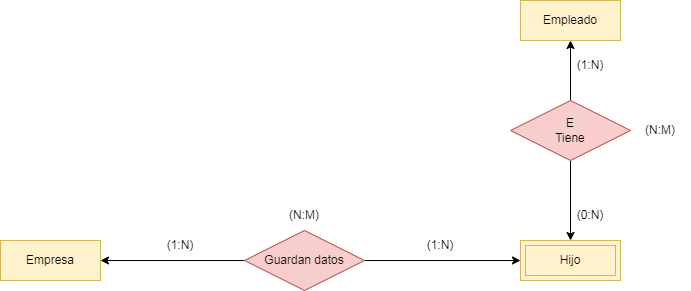
Before: TAREAS/Tarea2/IMÁGENES/E_R-E_R Nº8.drawio.png, a diagram exported from draw.io (samugd17/base-datos-bae-). Source tidied: cells renumbered, new cells last; positions are measured from the earlier drawing's top-left corner, leaving out a move shared by most shapes. The source it was exported from:
```xml
<mxGraphModel>
  <root>
    <mxCell id="0" />
    <mxCell id="1" parent="0" />
    <mxCell id="2" value="Empresa" style="whiteSpace=wrap;html=1;align=center;fillColor=#fff2cc;strokeColor=#d6b656;" parent="1" vertex="1">
      <mxGeometry y="240" width="100" height="40" as="geometry" />
    </mxCell>
    <mxCell id="3" style="edgeStyle=orthogonalEdgeStyle;rounded=0;jettySize=auto;html=1;entryX=1;entryY=0.5;entryDx=0;entryDy=0;" parent="1" edge="1" source="5" target="2">
      <mxGeometry relative="1" as="geometry" />
    </mxCell>
    <mxCell id="4" style="edgeStyle=orthogonalEdgeStyle;rounded=0;jettySize=auto;html=1;entryX=0;entryY=0.5;entryDx=0;entryDy=0;" parent="1" edge="1" source="5" target="6">
      <mxGeometry relative="1" as="geometry" />
    </mxCell>
    <mxCell id="5" value="Guardan datos" style="shape=rhombus;perimeter=rhombusPerimeter;whiteSpace=wrap;html=1;align=center;fillColor=#f8cecc;strokeColor=#b85450;" parent="1" vertex="1">
      <mxGeometry x="244" y="230" width="120" height="60" as="geometry" />
    </mxCell>
    <mxCell id="6" value="Hijo" style="shape=ext;margin=3;double=1;whiteSpace=wrap;html=1;align=center;fillColor=#fff2cc;strokeColor=#d6b656;" parent="1" vertex="1">
      <mxGeometry x="520" y="240" width="100" height="40" as="geometry" />
    </mxCell>
    <mxCell id="7" value="Empleado" style="whiteSpace=wrap;html=1;align=center;fillColor=#fff2cc;strokeColor=#d6b656;" parent="1" vertex="1">
      <mxGeometry x="520" width="100" height="40" as="geometry" />
    </mxCell>
    <mxCell id="8" value="(1:N)" style="text;html=1;strokeColor=none;fillColor=none;align=center;verticalAlign=middle;whiteSpace=wrap;rounded=0;" parent="1" vertex="1">
      <mxGeometry x="560" y="50" width="60" height="30" as="geometry" />
    </mxCell>
    <mxCell id="9" value="(0:N)" style="text;html=1;strokeColor=none;fillColor=none;align=center;verticalAlign=middle;whiteSpace=wrap;rounded=0;" parent="1" vertex="1">
      <mxGeometry x="560" y="200" width="60" height="30" as="geometry" />
    </mxCell>
    <mxCell id="10" value="(1:N)" style="text;html=1;strokeColor=none;fillColor=none;align=center;verticalAlign=middle;whiteSpace=wrap;rounded=0;" parent="1" vertex="1">
      <mxGeometry x="410" y="230" width="60" height="30" as="geometry" />
    </mxCell>
    <mxCell id="11" value="(1:N)" style="text;html=1;strokeColor=none;fillColor=none;align=center;verticalAlign=middle;whiteSpace=wrap;rounded=0;" parent="1" vertex="1">
      <mxGeometry x="150" y="230" width="60" height="30" as="geometry" />
    </mxCell>
    <mxCell id="12" style="edgeStyle=orthogonalEdgeStyle;rounded=0;jettySize=auto;html=1;entryX=0.5;entryY=1;entryDx=0;entryDy=0;exitX=0.5;exitY=0;exitDx=0;exitDy=0;" parent="1" edge="1" source="16" target="7">
      <mxGeometry relative="1" as="geometry" />
    </mxCell>
    <mxCell id="13" style="edgeStyle=orthogonalEdgeStyle;rounded=0;jettySize=auto;html=1;entryX=0.5;entryY=0;entryDx=0;entryDy=0;exitX=0.5;exitY=1;exitDx=0;exitDy=0;" parent="1" edge="1" source="16" target="6">
      <mxGeometry relative="1" as="geometry" />
    </mxCell>
    <mxCell id="14" value="(N:M)" style="text;html=1;strokeColor=none;fillColor=none;align=center;verticalAlign=middle;whiteSpace=wrap;rounded=0;" parent="1" vertex="1">
      <mxGeometry x="274" y="200" width="60" height="30" as="geometry" />
    </mxCell>
    <mxCell id="15" value="(N:M)" style="text;html=1;strokeColor=none;fillColor=none;align=center;verticalAlign=middle;whiteSpace=wrap;rounded=0;" parent="1" vertex="1">
      <mxGeometry x="630" y="115" width="60" height="30" as="geometry" />
    </mxCell>
    <mxCell id="16" value="&lt;div&gt;E&lt;/div&gt;&lt;div&gt;Tiene&lt;br&gt;&lt;/div&gt;" style="shape=rhombus;perimeter=rhombusPerimeter;whiteSpace=wrap;html=1;align=center;fillColor=#f8cecc;strokeColor=#b85450;" parent="1" vertex="1">
      <mxGeometry x="510" y="100" width="120" height="60" as="geometry" />
    </mxCell>
  </root>
</mxGraphModel>
```
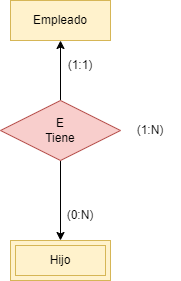
The same file after the commit.

Commit message:
Se modifican las imágenes 7,8 y 9

Change to the diagram source:
```diff
@@ -2,46 +2,25 @@
   <root>
     <mxCell id="0" />
     <mxCell id="1" parent="0" />
-    <mxCell id="2" value="Empresa" style="whiteSpace=wrap;html=1;align=center;fillColor=#fff2cc;strokeColor=#d6b656;" parent="1" vertex="1">
-      <mxGeometry y="240" width="100" height="40" as="geometry" />
-    </mxCell>
-    <mxCell id="3" style="edgeStyle=orthogonalEdgeStyle;rounded=0;jettySize=auto;html=1;entryX=1;entryY=0.5;entryDx=0;entryDy=0;" parent="1" edge="1" source="5" target="2">
-      <mxGeometry relative="1" as="geometry" />
-    </mxCell>
-    <mxCell id="4" style="edgeStyle=orthogonalEdgeStyle;rounded=0;jettySize=auto;html=1;entryX=0;entryY=0.5;entryDx=0;entryDy=0;" parent="1" edge="1" source="5" target="6">
-      <mxGeometry relative="1" as="geometry" />
-    </mxCell>
-    <mxCell id="5" value="Guardan datos" style="shape=rhombus;perimeter=rhombusPerimeter;whiteSpace=wrap;html=1;align=center;fillColor=#f8cecc;strokeColor=#b85450;" parent="1" vertex="1">
-      <mxGeometry x="244" y="230" width="120" height="60" as="geometry" />
-    </mxCell>
     <mxCell id="6" value="Hijo" style="shape=ext;margin=3;double=1;whiteSpace=wrap;html=1;align=center;fillColor=#fff2cc;strokeColor=#d6b656;" parent="1" vertex="1">
       <mxGeometry x="520" y="240" width="100" height="40" as="geometry" />
     </mxCell>
     <mxCell id="7" value="Empleado" style="whiteSpace=wrap;html=1;align=center;fillColor=#fff2cc;strokeColor=#d6b656;" parent="1" vertex="1">
       <mxGeometry x="520" width="100" height="40" as="geometry" />
     </mxCell>
-    <mxCell id="8" value="(1:N)" style="text;html=1;strokeColor=none;fillColor=none;align=center;verticalAlign=middle;whiteSpace=wrap;rounded=0;" parent="1" vertex="1">
+    <mxCell id="8" value="(1:1)" style="text;html=1;strokeColor=none;fillColor=none;align=center;verticalAlign=middle;whiteSpace=wrap;rounded=0;" parent="1" vertex="1">
       <mxGeometry x="560" y="50" width="60" height="30" as="geometry" />
     </mxCell>
     <mxCell id="9" value="(0:N)" style="text;html=1;strokeColor=none;fillColor=none;align=center;verticalAlign=middle;whiteSpace=wrap;rounded=0;" parent="1" vertex="1">
       <mxGeometry x="560" y="200" width="60" height="30" as="geometry" />
     </mxCell>
-    <mxCell id="10" value="(1:N)" style="text;html=1;strokeColor=none;fillColor=none;align=center;verticalAlign=middle;whiteSpace=wrap;rounded=0;" parent="1" vertex="1">
-      <mxGeometry x="410" y="230" width="60" height="30" as="geometry" />
-    </mxCell>
-    <mxCell id="11" value="(1:N)" style="text;html=1;strokeColor=none;fillColor=none;align=center;verticalAlign=middle;whiteSpace=wrap;rounded=0;" parent="1" vertex="1">
-      <mxGeometry x="150" y="230" width="60" height="30" as="geometry" />
-    </mxCell>
     <mxCell id="12" style="edgeStyle=orthogonalEdgeStyle;rounded=0;jettySize=auto;html=1;entryX=0.5;entryY=1;entryDx=0;entryDy=0;exitX=0.5;exitY=0;exitDx=0;exitDy=0;" parent="1" edge="1" source="16" target="7">
       <mxGeometry relative="1" as="geometry" />
     </mxCell>
     <mxCell id="13" style="edgeStyle=orthogonalEdgeStyle;rounded=0;jettySize=auto;html=1;entryX=0.5;entryY=0;entryDx=0;entryDy=0;exitX=0.5;exitY=1;exitDx=0;exitDy=0;" parent="1" edge="1" source="16" target="6">
       <mxGeometry relative="1" as="geometry" />
     </mxCell>
-    <mxCell id="14" value="(N:M)" style="text;html=1;strokeColor=none;fillColor=none;align=center;verticalAlign=middle;whiteSpace=wrap;rounded=0;" parent="1" vertex="1">
-      <mxGeometry x="274" y="200" width="60" height="30" as="geometry" />
-    </mxCell>
-    <mxCell id="15" value="(N:M)" style="text;html=1;strokeColor=none;fillColor=none;align=center;verticalAlign=middle;whiteSpace=wrap;rounded=0;" parent="1" vertex="1">
+    <mxCell id="15" value="(1:N)" style="text;html=1;strokeColor=none;fillColor=none;align=center;verticalAlign=middle;whiteSpace=wrap;rounded=0;" parent="1" vertex="1">
       <mxGeometry x="630" y="115" width="60" height="30" as="geometry" />
     </mxCell>
     <mxCell id="16" value="&lt;div&gt;E&lt;/div&gt;&lt;div&gt;Tiene&lt;br&gt;&lt;/div&gt;" style="shape=rhombus;perimeter=rhombusPerimeter;whiteSpace=wrap;html=1;align=center;fillColor=#f8cecc;strokeColor=#b85450;" parent="1" vertex="1">
```
